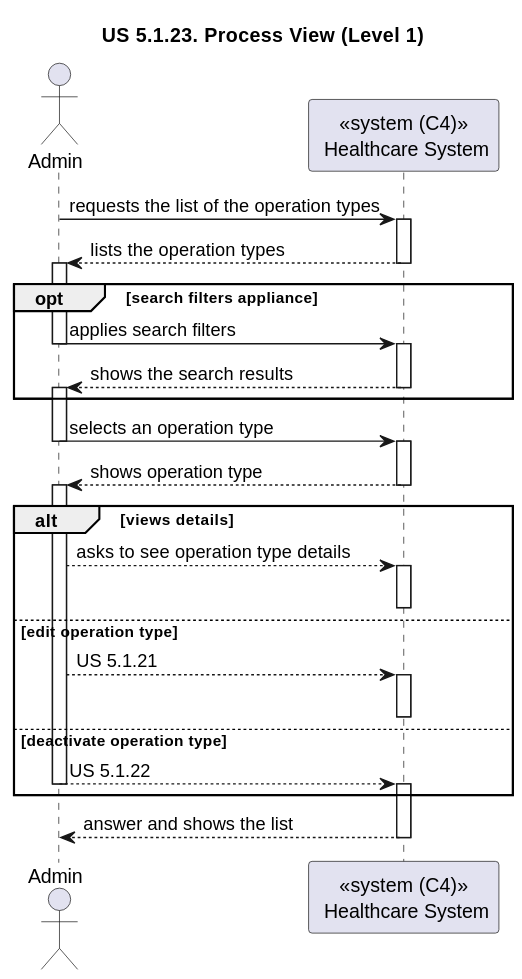
Before: docs/sprint-1/1221933/us-5.1.23/diagrams/n1/process-view-nivel1.svg, a diagram exported from PlantUML (rita-barbosa/LAPR5-2425).
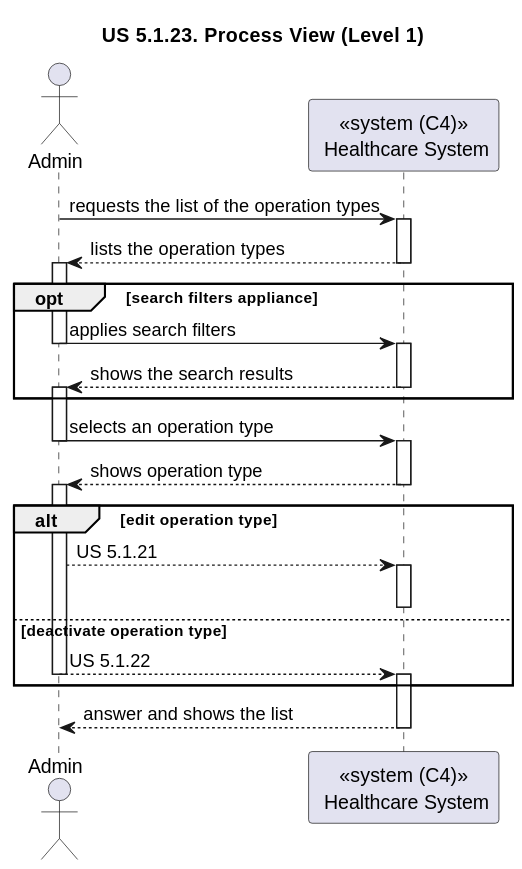
The same file after the commit.

The edit, as a diff of the source:
```diff
@@ -34,12 +34,7 @@
 deactivate SYS
 activate ADM
 
-    alt views details
-        ADM --> SYS : asks to see operation type details
-        activate SYS
-        deactivate SYS
-
-    else edit operation type
+    alt  edit operation type
         ADM --> SYS : US 5.1.21
         activate SYS
         deactivate SYS
```
